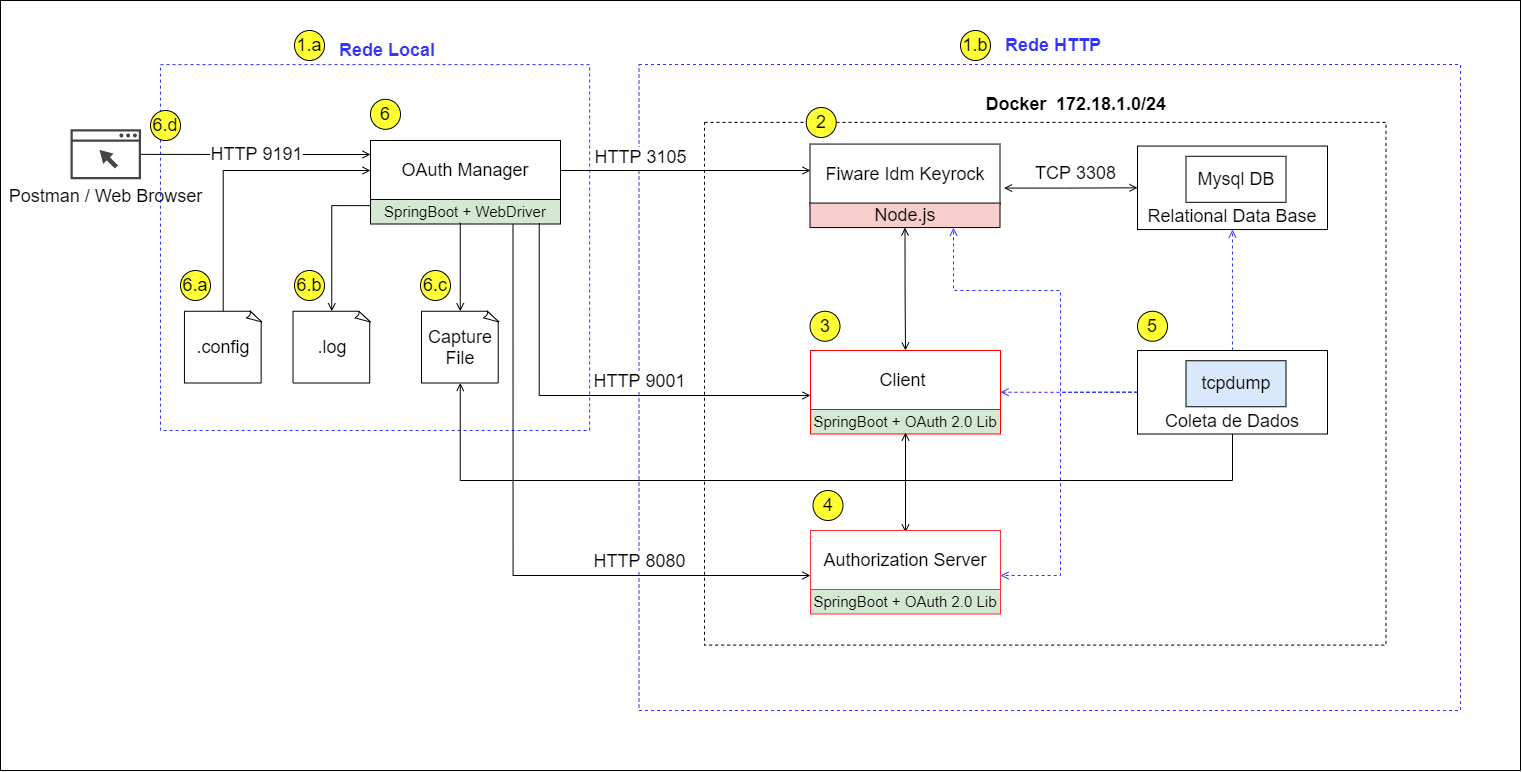
gilsonsf/oauth-fiware keeps this draw.io diagram as img/arquitetura-http.png. Above is the earlier version. Source tidied: cells renumbered, new cells last; positions are measured from the earlier drawing's top-left corner, leaving out a move shared by most shapes.
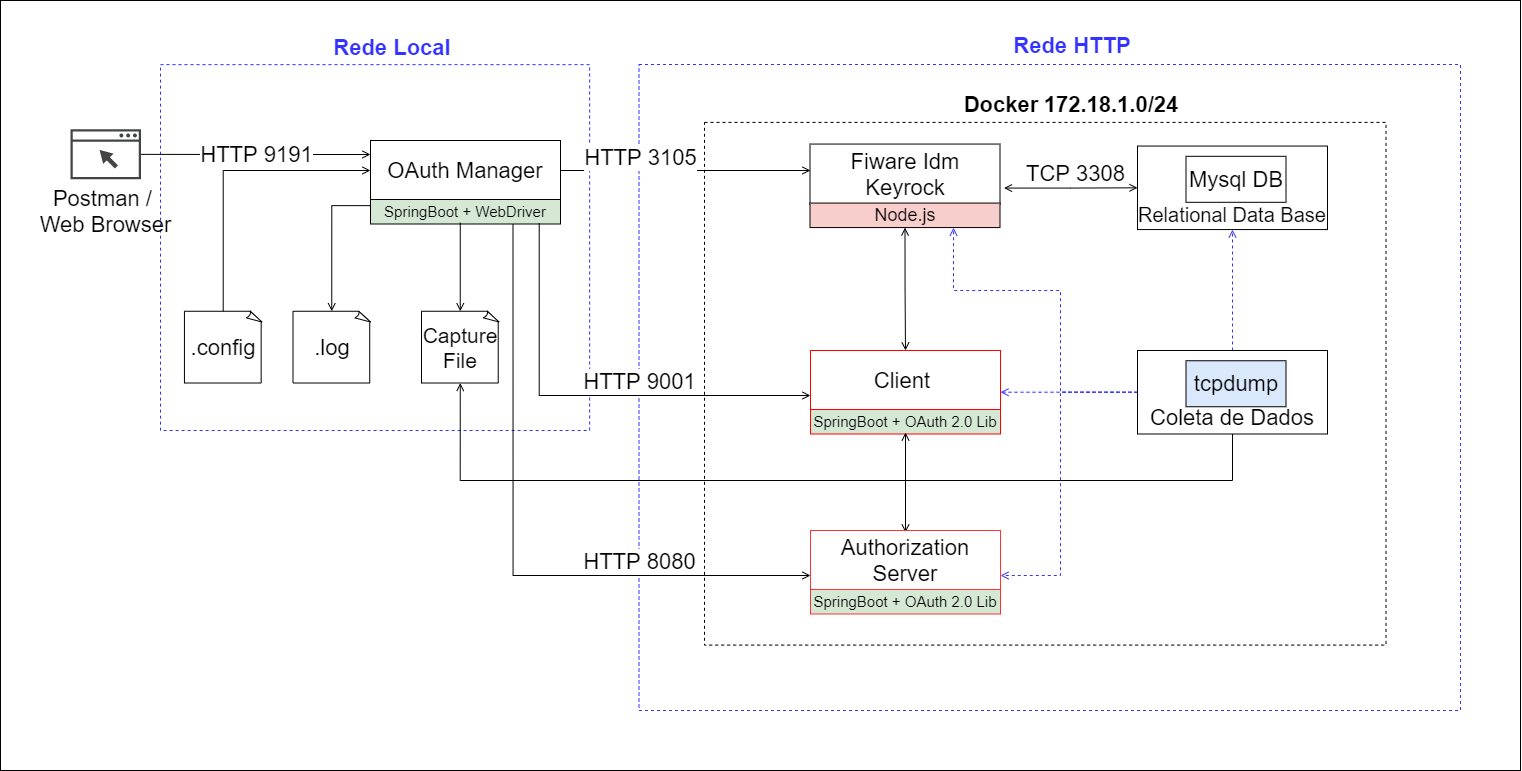
After the change.

Change to the diagram source:
```diff
@@ -11,25 +11,25 @@
     <mxCell id="4" style="rounded=0;whiteSpace=wrap;html=1;fontSize=18;dashed=1;strokeColor=#3333FF;" parent="1" vertex="1">
       <mxGeometry x="638.5" y="64" width="821.5" height="646" as="geometry" />
     </mxCell>
-    <mxCell id="5" value="Rede HTTP" style="text;html=1;strokeColor=none;fillColor=none;align=center;verticalAlign=middle;whiteSpace=wrap;rounded=0;dashed=1;fontSize=18;fontStyle=1;fontColor=#3333FF;" parent="1" vertex="1">
-      <mxGeometry x="1002.5" y="35" width="99.5" height="20" as="geometry" />
+    <mxCell id="5" value="Rede HTTP" style="text;html=1;strokeColor=none;fillColor=none;align=center;verticalAlign=middle;whiteSpace=wrap;rounded=0;dashed=1;fontSize=22;fontStyle=1;fontColor=#3333FF;" parent="1" vertex="1">
+      <mxGeometry x="1002.5" y="35" width="137.5" height="20" as="geometry" />
     </mxCell>
     <mxCell id="6" style="rounded=0;whiteSpace=wrap;html=1;fontSize=18;dashed=1;" parent="1" vertex="1">
       <mxGeometry x="704" y="121.9" width="681.5" height="522.7" as="geometry" />
     </mxCell>
-    <mxCell id="7" style="group;fontSize=15;" parent="1" vertex="1">
+    <mxCell id="7" style="group;fontSize=22;" parent="1" vertex="1">
       <mxGeometry x="370" y="140" width="190" height="83.5" as="geometry" />
     </mxCell>
-    <mxCell id="8" value="OAuth Manager" style="rounded=0;whiteSpace=wrap;html=1;fontSize=18;" parent="7" vertex="1">
+    <mxCell id="8" value="OAuth Manager" style="rounded=0;whiteSpace=wrap;html=1;fontSize=22;" parent="7" vertex="1">
       <mxGeometry width="190" height="60" as="geometry" />
     </mxCell>
     <mxCell id="9" value="SpringBoot + WebDriver" style="rounded=0;whiteSpace=wrap;html=1;fontSize=15;fillColor=#d5e8d4;" parent="7" vertex="1">
       <mxGeometry y="59" width="190" height="24.5" as="geometry" />
     </mxCell>
-    <mxCell id="10" value="172.18.1.0/24" style="text;html=1;strokeColor=none;fillColor=none;align=center;verticalAlign=middle;whiteSpace=wrap;rounded=0;dashed=1;fontSize=18;fontStyle=1;" parent="1" vertex="1">
+    <mxCell id="10" value="172.18.1.0/24" style="text;html=1;strokeColor=none;fillColor=none;align=center;verticalAlign=middle;whiteSpace=wrap;rounded=0;dashed=1;fontSize=22;fontStyle=1;" parent="1" vertex="1">
       <mxGeometry x="1090.5" y="93.8" width="40" height="20" as="geometry" />
     </mxCell>
-    <mxCell id="11" value="Capture File" style="whiteSpace=wrap;html=1;shape=mxgraph.basic.document;fontSize=18;" parent="1" vertex="1">
+    <mxCell id="11" value="Capture File" style="whiteSpace=wrap;html=1;shape=mxgraph.basic.document;fontSize=21;" parent="1" vertex="1">
       <mxGeometry x="421" y="310.8" width="77.5" height="71.8" as="geometry" />
     </mxCell>
     <mxCell id="12" style="edgeStyle=orthogonalEdgeStyle;rounded=0;jettySize=auto;html=1;exitX=0.5;exitY=1;exitDx=0;exitDy=0;fontSize=18;entryX=0.5;entryY=0;entryDx=0;entryDy=0;entryPerimeter=0;endArrow=open;endFill=0;" parent="1" edge="1" target="11">
@@ -37,13 +37,13 @@
         <mxPoint x="459.7" y="222.2" as="sourcePoint" />
       </mxGeometry>
     </mxCell>
-    <mxCell id="13" value="Rede Local" style="text;html=1;strokeColor=none;fillColor=none;align=center;verticalAlign=middle;whiteSpace=wrap;rounded=0;dashed=1;fontSize=18;fontStyle=1;fontColor=#3333FF;" parent="1" vertex="1">
-      <mxGeometry x="324" y="40" width="126" height="20" as="geometry" />
+    <mxCell id="13" value="Rede Local" style="text;html=1;strokeColor=none;fillColor=none;align=center;verticalAlign=middle;whiteSpace=wrap;rounded=0;dashed=1;fontSize=22;fontStyle=1;fontColor=#3333FF;" parent="1" vertex="1">
+      <mxGeometry x="329" y="37" width="126" height="20" as="geometry" />
     </mxCell>
-    <mxCell id="14" style="group;fontSize=15;" parent="1" vertex="1">
+    <mxCell id="14" style="group;fontSize=22;" parent="1" vertex="1">
       <mxGeometry x="810" y="350" width="192" height="83.5" as="geometry" />
     </mxCell>
-    <mxCell id="15" value="Client&amp;nbsp;" style="rounded=0;whiteSpace=wrap;html=1;fontSize=18;strokeColor=#FF0000;" parent="14" vertex="1">
+    <mxCell id="15" value="Client&amp;nbsp;" style="rounded=0;whiteSpace=wrap;html=1;fontSize=22;strokeColor=#FF0000;" parent="14" vertex="1">
       <mxGeometry width="190" height="60" as="geometry" />
     </mxCell>
     <mxCell id="16" value="SpringBoot + OAuth 2.0 Lib" style="rounded=0;whiteSpace=wrap;html=1;fontSize=15;fillColor=#d5e8d4;strokeColor=#FF0000;" parent="14" vertex="1">
@@ -55,25 +55,25 @@
         <mxPoint x="905" y="432" as="targetPoint" />
       </mxGeometry>
     </mxCell>
-    <mxCell id="18" value="Authorization Server" style="rounded=0;whiteSpace=wrap;html=1;fontSize=18;strokeColor=#FF3333;" parent="1" vertex="1">
+    <mxCell id="18" value="Authorization Server" style="rounded=0;whiteSpace=wrap;html=1;fontSize=22;strokeColor=#FF3333;" parent="1" vertex="1">
       <mxGeometry x="810" y="530" width="190" height="60" as="geometry" />
     </mxCell>
     <mxCell id="19" value="SpringBoot + OAuth 2.0 Lib" style="rounded=0;whiteSpace=wrap;html=1;fontSize=15;fillColor=#d5e8d4;strokeColor=#FF3333;" parent="1" vertex="1">
       <mxGeometry x="810" y="589" width="190" height="24.5" as="geometry" />
     </mxCell>
-    <mxCell id="20" style="group;fontSize=18;" parent="1" vertex="1">
+    <mxCell id="20" style="group;fontSize=22;" parent="1" vertex="1">
       <mxGeometry x="809.5" y="143.6" width="190" height="83.5" as="geometry" />
     </mxCell>
-    <mxCell id="21" value="Fiware Idm Keyrock" style="rounded=0;whiteSpace=wrap;html=1;fontSize=18;" parent="20" vertex="1">
+    <mxCell id="21" value="Fiware Idm Keyrock" style="rounded=0;whiteSpace=wrap;html=1;fontSize=22;" parent="20" vertex="1">
       <mxGeometry width="190" height="60" as="geometry" />
     </mxCell>
     <mxCell id="22" value="Node.js" style="rounded=0;whiteSpace=wrap;html=1;fontSize=18;fillColor=#f8cecc;" parent="20" vertex="1">
       <mxGeometry y="59" width="190" height="24.5" as="geometry" />
     </mxCell>
-    <mxCell id="23" value="Relational Data Base" style="rounded=0;whiteSpace=wrap;html=1;fontSize=18;verticalAlign=bottom;" parent="1" vertex="1">
+    <mxCell id="23" value="Relational Data Base" style="rounded=0;whiteSpace=wrap;html=1;fontSize=20;verticalAlign=bottom;" parent="1" vertex="1">
       <mxGeometry x="1137" y="145.6" width="190" height="83.5" as="geometry" />
     </mxCell>
-    <mxCell id="24" value="TCP 3308" style="edgeLabel;html=1;align=center;verticalAlign=middle;fontSize=18;fontStyle=0;" parent="1" vertex="1">
+    <mxCell id="24" value="TCP 3308" style="edgeLabel;html=1;align=center;verticalAlign=middle;fontSize=22;fontStyle=0;" parent="1" vertex="1">
       <mxGeometry x="771" y="178.8" as="geometry">
         <mxPoint x="303" y="-7" as="offset" />
       </mxGeometry>
@@ -83,7 +83,7 @@
         <mxPoint x="1003.5" y="187.6" as="sourcePoint" />
       </mxGeometry>
     </mxCell>
-    <mxCell id="26" value="Mysql DB" style="rounded=0;whiteSpace=wrap;html=1;fontSize=18;" parent="1" vertex="1">
+    <mxCell id="26" value="Mysql DB" style="rounded=0;whiteSpace=wrap;html=1;fontSize=22;" parent="1" vertex="1">
       <mxGeometry x="1185.5" y="155.8" width="100" height="46" as="geometry" />
     </mxCell>
     <mxCell id="27" style="edgeStyle=orthogonalEdgeStyle;rounded=0;jettySize=auto;html=1;exitX=0.5;exitY=1;exitDx=0;exitDy=0;entryX=0.5;entryY=1;entryDx=0;entryDy=0;entryPerimeter=0;fontSize=18;fontColor=#000000;startArrow=none;startFill=0;endArrow=open;endFill=0;" parent="1" edge="1" source="32" target="11">
@@ -119,21 +119,21 @@
         </Array>
       </mxGeometry>
     </mxCell>
-    <mxCell id="32" value="Coleta de Dados" style="rounded=0;whiteSpace=wrap;html=1;fontSize=18;verticalAlign=bottom;" parent="1" vertex="1">
+    <mxCell id="32" value="Coleta de Dados" style="rounded=0;whiteSpace=wrap;html=1;fontSize=22;verticalAlign=bottom;" parent="1" vertex="1">
       <mxGeometry x="1137" y="350" width="190" height="83.5" as="geometry" />
     </mxCell>
-    <mxCell id="33" value="tcpdump" style="rounded=0;whiteSpace=wrap;html=1;fontSize=18;fillColor=#dae8fc;" parent="1" vertex="1">
+    <mxCell id="33" value="tcpdump" style="rounded=0;whiteSpace=wrap;html=1;fontSize=22;fillColor=#dae8fc;" parent="1" vertex="1">
       <mxGeometry x="1185.5" y="360.2" width="100" height="46" as="geometry" />
     </mxCell>
-    <mxCell id="34" value="Docker" style="text;html=1;strokeColor=none;fillColor=none;align=center;verticalAlign=middle;whiteSpace=wrap;rounded=0;dashed=1;fontSize=18;fontStyle=1;" parent="1" vertex="1">
-      <mxGeometry x="996" y="93.8" width="40" height="20" as="geometry" />
+    <mxCell id="34" value="Docker" style="text;html=1;strokeColor=none;fillColor=none;align=center;verticalAlign=middle;whiteSpace=wrap;rounded=0;dashed=1;fontSize=22;fontStyle=1;" parent="1" vertex="1">
+      <mxGeometry x="981" y="93.8" width="40" height="20" as="geometry" />
     </mxCell>
     <mxCell id="35" style="edgeStyle=orthogonalEdgeStyle;rounded=0;jettySize=auto;html=1;exitX=1;exitY=0.5;exitDx=0;exitDy=0;fontSize=18;fontColor=#000000;startArrow=none;startFill=0;endArrow=open;endFill=0;" parent="1" edge="1" source="8">
       <mxGeometry relative="1" as="geometry">
         <mxPoint x="810" y="170" as="targetPoint" />
       </mxGeometry>
     </mxCell>
-    <mxCell id="36" value="HTTP 3105" style="edgeLabel;html=1;align=center;verticalAlign=middle;fontSize=18;fontColor=#000000;" parent="35" vertex="1">
+    <mxCell id="36" value="HTTP 3105" style="edgeLabel;html=1;align=center;verticalAlign=middle;fontSize=22;fontColor=#000000;" parent="35" vertex="1">
       <mxGeometry x="0.14" y="1" relative="1" as="geometry">
         <mxPoint x="-62" y="-13" as="offset" />
       </mxGeometry>
@@ -141,7 +141,7 @@
     <mxCell id="37" style="edgeStyle=orthogonalEdgeStyle;rounded=0;jettySize=auto;html=1;exitX=0.888;exitY=0.959;exitDx=0;exitDy=0;fontSize=18;fontColor=#000000;startArrow=none;startFill=0;endArrow=open;endFill=0;entryX=0;entryY=0.75;entryDx=0;entryDy=0;exitPerimeter=0;" parent="1" edge="1" source="9" target="15">
       <mxGeometry relative="1" as="geometry" />
     </mxCell>
-    <mxCell id="38" value="HTTP 9001" style="edgeLabel;html=1;align=center;verticalAlign=middle;fontSize=18;fontColor=#000000;" parent="37" vertex="1">
+    <mxCell id="38" value="HTTP 9001" style="edgeLabel;html=1;align=center;verticalAlign=middle;fontSize=22;fontColor=#000000;" parent="37" vertex="1">
       <mxGeometry x="0.14" y="1" relative="1" as="geometry">
         <mxPoint x="21" y="-14" as="offset" />
       </mxGeometry>
@@ -149,18 +149,18 @@
     <mxCell id="39" style="edgeStyle=orthogonalEdgeStyle;rounded=0;jettySize=auto;html=1;exitX=0.75;exitY=1;exitDx=0;exitDy=0;fontSize=18;fontColor=#000000;startArrow=none;startFill=0;endArrow=open;endFill=0;entryX=0;entryY=0.75;entryDx=0;entryDy=0;" parent="1" edge="1" source="9" target="18">
       <mxGeometry relative="1" as="geometry" />
     </mxCell>
-    <mxCell id="40" value="HTTP 8080" style="edgeLabel;html=1;align=center;verticalAlign=middle;fontSize=18;fontColor=#000000;" parent="39" vertex="1">
+    <mxCell id="40" value="HTTP 8080" style="edgeLabel;html=1;align=center;verticalAlign=middle;fontSize=22;fontColor=#000000;" parent="39" vertex="1">
       <mxGeometry x="0.14" y="1" relative="1" as="geometry">
         <mxPoint x="109" y="-14" as="offset" />
       </mxGeometry>
     </mxCell>
-    <mxCell id="41" value=".config" style="whiteSpace=wrap;html=1;shape=mxgraph.basic.document;fontSize=18;" parent="1" vertex="1">
+    <mxCell id="41" value=".config" style="whiteSpace=wrap;html=1;shape=mxgraph.basic.document;fontSize=22;" parent="1" vertex="1">
       <mxGeometry x="183.9" y="310.8" width="77.5" height="71.8" as="geometry" />
     </mxCell>
     <mxCell id="42" style="edgeStyle=orthogonalEdgeStyle;rounded=0;jettySize=auto;html=1;exitX=0.5;exitY=0;exitDx=0;exitDy=0;exitPerimeter=0;entryX=0;entryY=0.25;entryDx=0;entryDy=0;fontSize=18;fontColor=#000000;startArrow=open;startFill=0;endArrow=none;endFill=0;" parent="1" edge="1" source="43" target="9">
       <mxGeometry relative="1" as="geometry" />
     </mxCell>
-    <mxCell id="43" value=".log" style="whiteSpace=wrap;html=1;shape=mxgraph.basic.document;fontSize=18;" parent="1" vertex="1">
+    <mxCell id="43" value=".log" style="whiteSpace=wrap;html=1;shape=mxgraph.basic.document;fontSize=22;" parent="1" vertex="1">
       <mxGeometry x="292.5" y="310.8" width="77.5" height="71.8" as="geometry" />
     </mxCell>
     <mxCell id="44" style="edgeStyle=orthogonalEdgeStyle;rounded=0;jettySize=auto;html=1;exitX=0;exitY=0.5;exitDx=0;exitDy=0;fontSize=18;fontColor=#000000;startArrow=open;startFill=0;endArrow=none;endFill=0;" parent="1" edge="1" source="8" target="41">
@@ -169,46 +169,13 @@
     <mxCell id="45" style="edgeStyle=orthogonalEdgeStyle;rounded=0;jettySize=auto;html=1;exitX=0.5;exitY=1;exitDx=0;exitDy=0;entryX=0.5;entryY=0;entryDx=0;entryDy=0;fontSize=18;fontColor=#000000;startArrow=open;startFill=0;endArrow=open;endFill=0;strokeColor=#000000;" parent="1" edge="1" source="22" target="15">
       <mxGeometry relative="1" as="geometry" />
     </mxCell>
-    <mxCell id="46" value="Postman / Web Browser" style="shadow=0;dashed=0;html=1;strokeColor=none;fillColor=#434445;labelPosition=center;verticalLabelPosition=bottom;verticalAlign=top;align=center;outlineConnect=0;shape=mxgraph.vvd.web_browser;fontSize=18;" parent="1" vertex="1">
+    <mxCell id="46" value="Postman / &lt;br&gt;Web Browser" style="shadow=0;dashed=0;html=1;strokeColor=none;fillColor=#434445;labelPosition=center;verticalLabelPosition=bottom;verticalAlign=top;align=center;outlineConnect=0;shape=mxgraph.vvd.web_browser;fontSize=22;" parent="1" vertex="1">
       <mxGeometry x="70" y="128.8" width="70.4" height="50" as="geometry" />
     </mxCell>
-    <mxCell id="47" value="HTTP 9191" style="edgeStyle=orthogonalEdgeStyle;rounded=0;jettySize=auto;html=1;endArrow=none;endFill=0;fontSize=18;startArrow=open;startFill=0;" parent="1" edge="1" target="46">
+    <mxCell id="47" value="HTTP 9191" style="edgeStyle=orthogonalEdgeStyle;rounded=0;jettySize=auto;html=1;endArrow=none;endFill=0;fontSize=22;startArrow=open;startFill=0;" parent="1" edge="1" target="46">
       <mxGeometry relative="1" as="geometry">
         <mxPoint x="370" y="154" as="sourcePoint" />
       </mxGeometry>
     </mxCell>
-    <mxCell id="48" value="1.a" style="ellipse;whiteSpace=wrap;html=1;fontSize=18;fontColor=#000000;strokeColor=#000000;fillColor=#FFFF33;align=center;fontStyle=0;" parent="1" vertex="1">
-      <mxGeometry x="294" y="30" width="30" height="30" as="geometry" />
-    </mxCell>
-    <mxCell id="49" value="1.b" style="ellipse;whiteSpace=wrap;html=1;fontSize=18;fontColor=#000000;strokeColor=#000000;fillColor=#FFFF33;align=center;fontStyle=0;" parent="1" vertex="1">
-      <mxGeometry x="960" y="30" width="30" height="30" as="geometry" />
-    </mxCell>
-    <mxCell id="50" value="6" style="ellipse;whiteSpace=wrap;html=1;fontSize=18;fontColor=#000000;strokeColor=#000000;fillColor=#FFFF33;align=center;fontStyle=0;" parent="1" vertex="1">
-      <mxGeometry x="370" y="98.8" width="30" height="30" as="geometry" />
-    </mxCell>
-    <mxCell id="51" value="2" style="ellipse;whiteSpace=wrap;html=1;fontSize=18;fontColor=#000000;strokeColor=#000000;fillColor=#FFFF33;align=center;fontStyle=0;" parent="1" vertex="1">
-      <mxGeometry x="805.7" y="107" width="30" height="30" as="geometry" />
-    </mxCell>
-    <mxCell id="52" value="3" style="ellipse;whiteSpace=wrap;html=1;fontSize=18;fontColor=#000000;strokeColor=#000000;fillColor=#FFFF33;align=center;fontStyle=0;" parent="1" vertex="1">
-      <mxGeometry x="809.5" y="310.8" width="30" height="30" as="geometry" />
-    </mxCell>
-    <mxCell id="53" value="4" style="ellipse;whiteSpace=wrap;html=1;fontSize=18;fontColor=#000000;strokeColor=#000000;fillColor=#FFFF33;align=center;fontStyle=0;" parent="1" vertex="1">
-      <mxGeometry x="812.5" y="490" width="30" height="30" as="geometry" />
-    </mxCell>
-    <mxCell id="54" value="5" style="ellipse;whiteSpace=wrap;html=1;fontSize=18;fontColor=#000000;strokeColor=#000000;fillColor=#FFFF33;align=center;fontStyle=0;" parent="1" vertex="1">
-      <mxGeometry x="1137" y="310.8" width="30" height="30" as="geometry" />
-    </mxCell>
-    <mxCell id="55" value="6.a" style="ellipse;whiteSpace=wrap;html=1;fontSize=18;fontColor=#000000;strokeColor=#000000;fillColor=#FFFF33;align=center;fontStyle=0;" parent="1" vertex="1">
-      <mxGeometry x="180" y="270" width="30" height="30" as="geometry" />
-    </mxCell>
-    <mxCell id="56" value="6.b" style="ellipse;whiteSpace=wrap;html=1;fontSize=18;fontColor=#000000;strokeColor=#000000;fillColor=#FFFF33;align=center;fontStyle=0;" parent="1" vertex="1">
-      <mxGeometry x="294" y="270" width="30" height="30" as="geometry" />
-    </mxCell>
-    <mxCell id="57" value="6.c" style="ellipse;whiteSpace=wrap;html=1;fontSize=18;fontColor=#000000;strokeColor=#000000;fillColor=#FFFF33;align=center;fontStyle=0;" parent="1" vertex="1">
-      <mxGeometry x="420" y="270" width="30" height="30" as="geometry" />
-    </mxCell>
-    <mxCell id="58" value="6.d" style="ellipse;whiteSpace=wrap;html=1;fontSize=18;fontColor=#000000;strokeColor=#000000;fillColor=#FFFF33;align=center;fontStyle=0;" parent="1" vertex="1">
-      <mxGeometry x="150" y="110" width="30" height="30" as="geometry" />
-    </mxCell>
   </root>
 </mxGraphModel>
```
